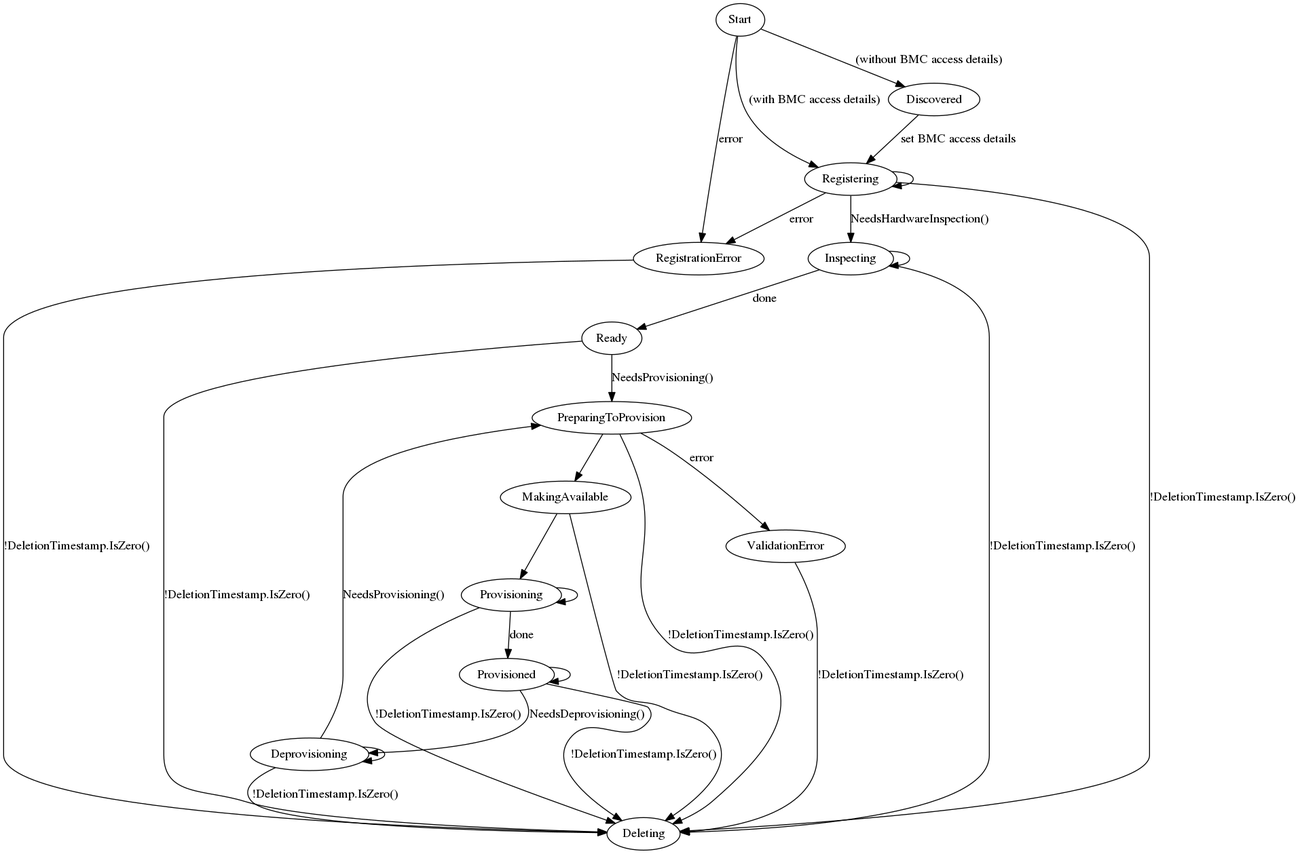
Before: docs/BaremetalHost_ProvisioningState.png, a diagram exported from Graphviz (metal3-io/baremetal-operator). Its source is kept beside it as docs/BaremetalHost_ProvisioningState.dot.
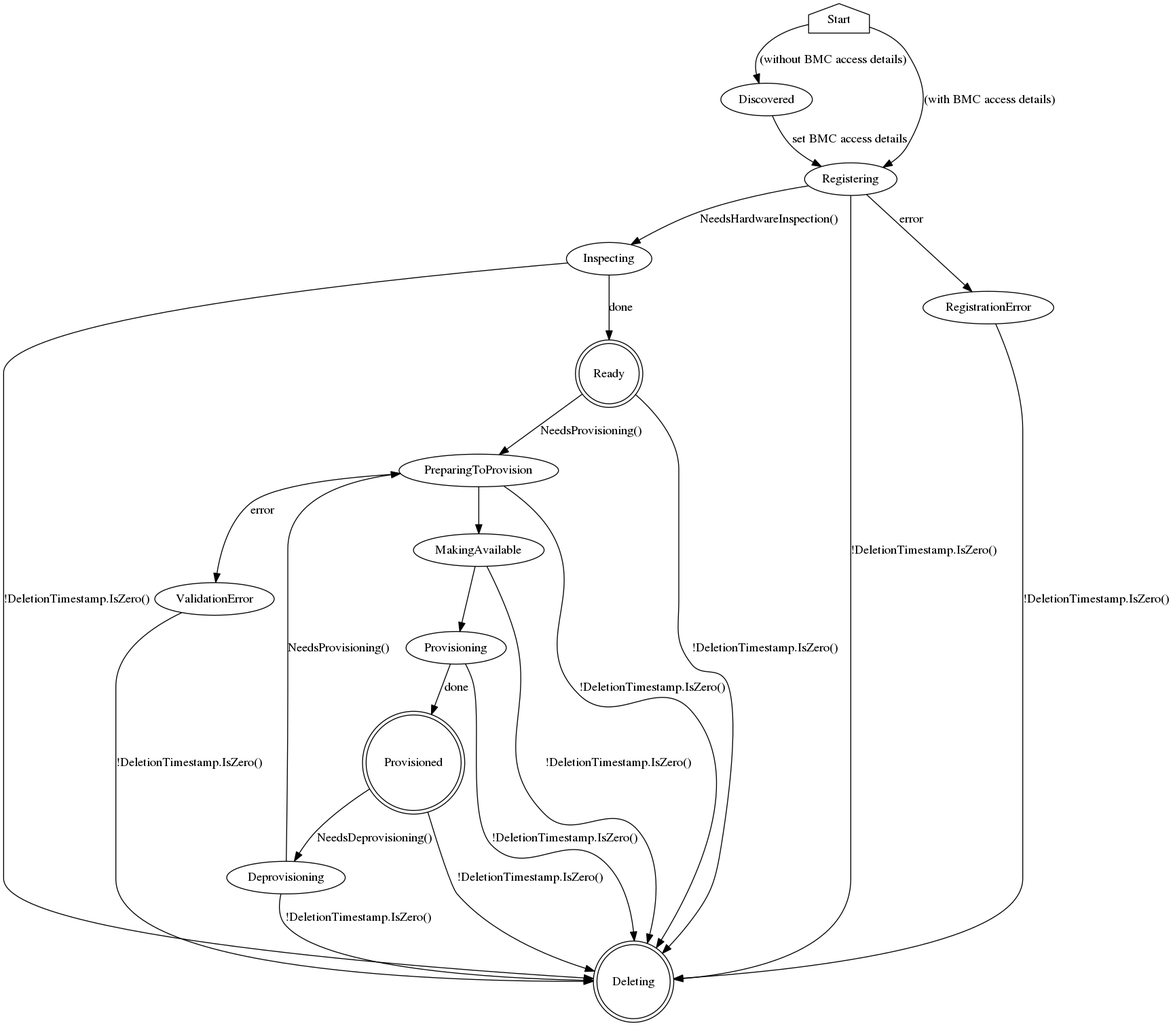
Above is the later version.

Commit message:
use shapes to represent special states

Give the start state a house shape as a way to make it stand out.

Use double circle for states where the host might stop and be
inactive.

Remove the self-referencing edges, since we already document the
conditions for a host moving between states.

What changed in the source:
```diff
@@ -1,31 +1,41 @@
 digraph BaremetalHost {
+    Start [shape=house]
     Start -> Discovered [label="(without BMC access details)"]
+    Start -> Registering [label="(with BMC access details)"]
+
     Discovered -> Registering [label="set BMC access details"]
-    Start -> Registering [label="(with BMC access details)"]
-    Start -> RegistrationError [label=error]
-    Registering -> Registering
+
     Registering -> Inspecting [label="NeedsHardwareInspection()"]
     Registering -> Deleting [label="!DeletionTimestamp.IsZero()"]
     Registering -> RegistrationError [label=error]
-    RegistrationError -> Deleting [label="!DeletionTimestamp.IsZero()"]
-    Ready -> Deleting [label="!DeletionTimestamp.IsZero()"]
-    Inspecting -> Inspecting
+
     Inspecting -> Deleting [label="!DeletionTimestamp.IsZero()"]
     Inspecting -> Ready [label="done"]
+
+    RegistrationError -> Deleting [label="!DeletionTimestamp.IsZero()"]
+
+    Ready [shape=doublecircle]
+    Ready -> Deleting [label="!DeletionTimestamp.IsZero()"]
     Ready -> PreparingToProvision [label="NeedsProvisioning()"]
+
     PreparingToProvision -> ValidationError [label=error]
-    ValidationError -> Deleting [label="!DeletionTimestamp.IsZero()"]
     PreparingToProvision -> MakingAvailable
     PreparingToProvision -> Deleting [label="!DeletionTimestamp.IsZero()"]
+
+    ValidationError -> Deleting [label="!DeletionTimestamp.IsZero()"]
+
     MakingAvailable -> Provisioning
     MakingAvailable -> Deleting [label="!DeletionTimestamp.IsZero()"]
-    Provisioning -> Provisioning
+
     Provisioning -> Deleting [label="!DeletionTimestamp.IsZero()"]
     Provisioning -> Provisioned [label=done]
-    Provisioned -> Provisioned
+
+    Provisioned [shape=doublecircle]
     Provisioned -> Deprovisioning [label="NeedsDeprovisioning()"]
     Provisioned -> Deleting [label="!DeletionTimestamp.IsZero()"]
-    Deprovisioning -> Deprovisioning
+
+    Deleting [shape=doublecircle]
+
     Deprovisioning -> Deleting [label="!DeletionTimestamp.IsZero()"]
     Deprovisioning -> PreparingToProvision [label="NeedsProvisioning()"]
 }
```
